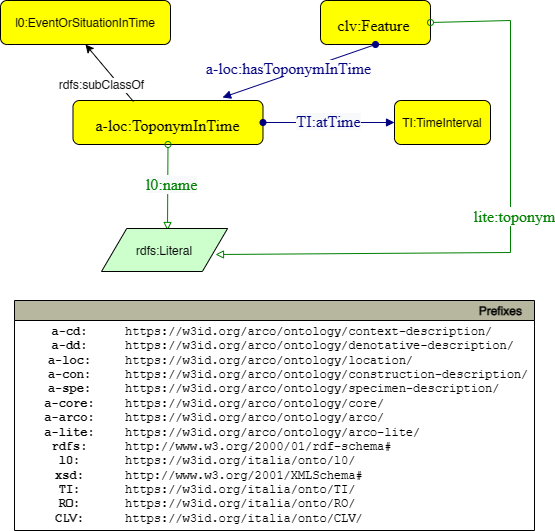
The draw.io diagram ArCo-release/test/2.0/ToponymInTime/ToponymInTime-Pattern.drawio.png in ICCD-MiBACT/ArCo, before a commit. Source tidied: cells renumbered, new cells last; positions are measured from the earlier drawing's top-left corner, leaving out a move shared by most shapes. The source it was exported from:
```xml
<mxGraphModel>
  <root>
    <mxCell id="0" />
    <mxCell id="1" parent="0" />
    <mxCell id="2" style="graphMlID=n4;shape=rect;rounded=1;arcsize=30;fillColor=#ffff00;strokeColor=#000000;strokeWidth=1.0;" parent="1" vertex="1">
      <mxGeometry x="320" width="110" height="44" as="geometry" />
    </mxCell>
    <mxCell id="3" value="clv:Feature" style="text;html=1;spacing=0;align=center;fontFamily=dialog;fontSize=16;fontStyle=0;fontColor=#000000;" parent="2" vertex="1">
      <mxGeometry x="22.7" y="10.6" width="60.2" height="22.8" as="geometry" />
    </mxCell>
    <mxCell id="4" style="graphMlID=n4;shape=rect;rounded=1;arcsize=30;fillColor=#ffff00;strokeColor=#000000;strokeWidth=1.0;" parent="1" vertex="1">
      <mxGeometry x="72.5" y="100" width="190" height="44" as="geometry" />
    </mxCell>
    <mxCell id="5" value="a-loc:ToponymInTime" style="text;html=1;spacing=0;align=center;fontFamily=dialog;fontSize=16;fontStyle=0;fontColor=#000000;" parent="4" vertex="1">
      <mxGeometry x="43" y="10.6" width="103.9" height="22.8" as="geometry" />
    </mxCell>
    <mxCell id="6" value="v" style="graphMlID=e0;rounded=0;endArrow=block;strokeColor=#000080;strokeWidth=1.0;startArrow=oval;startFill=1;endFill=1;exitX=0.5;exitY=1;exitDx=0;exitDy=0;entryX=0.787;entryY=-0.068;entryDx=0;entryDy=0;entryPerimeter=0;" parent="1" edge="1" source="2" target="4">
      <mxGeometry relative="1" as="geometry" />
    </mxCell>
    <mxCell id="7" value="&lt;span style=&quot;background-color: rgb(255 , 255 , 255)&quot;&gt;a-loc:hasToponymInTime&lt;/span&gt;" style="text;html=1;spacing=0;align=center;fontFamily=dialog;fontSize=16;fontStyle=0;fontColor=#000080;" parent="6" vertex="1">
      <mxGeometry width="80" height="22.84" relative="1" as="geometry">
        <mxPoint x="-50" y="-17" as="offset" />
      </mxGeometry>
    </mxCell>
    <mxCell id="8" value="TI:TimeInterval" style="graphMlID=n4;shape=rect;rounded=1;arcsize=30;fillColor=#ffff00;strokeColor=#000000;strokeWidth=1.0;" parent="1" vertex="1">
      <mxGeometry x="394" y="100" width="96" height="44" as="geometry" />
    </mxCell>
    <mxCell id="9" style="graphMlID=e0;rounded=0;endArrow=block;strokeColor=#000080;strokeWidth=1.0;startArrow=oval;startFill=1;endFill=1;exitX=1;exitY=0.5;exitDx=0;exitDy=0;entryX=0;entryY=0.5;entryDx=0;entryDy=0;" parent="1" edge="1" source="4" target="8">
      <mxGeometry relative="1" as="geometry" />
    </mxCell>
    <mxCell id="10" value="&lt;span style=&quot;color: rgb(0 , 0 , 128) ; font-family: &amp;quot;dialog&amp;quot; ; font-size: 16px ; background-color: rgb(248 , 249 , 250)&quot;&gt;TI:atTime&lt;/span&gt;" style="text;html=1;align=center;verticalAlign=middle;labelBackgroundColor=#ffffff;" parent="9" vertex="1">
      <mxGeometry x="-0.02" y="2" relative="1" as="geometry" />
    </mxCell>
    <mxCell id="11" style="graphMlID=e2;rounded=0;endArrow=block;strokeColor=#008000;strokeWidth=1.0;startArrow=oval;startFill=0;endFill=0;exitX=0.5;exitY=1;exitDx=0;exitDy=0;" parent="1" edge="1" source="4">
      <mxGeometry relative="1" as="geometry">
        <mxPoint x="167" y="230" as="targetPoint" />
      </mxGeometry>
    </mxCell>
    <mxCell id="12" value="&lt;span style=&quot;color: rgb(0 , 128 , 0) ; font-family: &amp;quot;dialog&amp;quot; ; font-size: 16px ; background-color: rgb(248 , 249 , 250)&quot;&gt;l0:name&lt;/span&gt;" style="text;html=1;align=center;verticalAlign=middle;labelBackgroundColor=#ffffff;" parent="11" vertex="1">
      <mxGeometry x="-0.09" y="3" relative="1" as="geometry" />
    </mxCell>
    <mxCell id="13" value="rdfs:Literal" style="graphMlID=n6;shape=parallelogram;fillColor=#ccffcc;strokeColor=#000000;strokeWidth=1.0;" parent="1" vertex="1">
      <mxGeometry x="101" y="228" width="126.1" height="43" as="geometry" />
    </mxCell>
    <mxCell id="14" style="endArrow=classic;html=1;textDirection=ltr;rounded=0;exitX=0.318;exitY=0.023;exitDx=0;exitDy=0;entryX=0.5;entryY=1;entryDx=0;entryDy=0;exitPerimeter=0;" parent="1" edge="1" source="4" target="16">
      <mxGeometry relative="1" as="geometry" />
    </mxCell>
    <mxCell id="15" value="rdfs:subClassOf" style="text;html=1;align=center;verticalAlign=middle;labelBackgroundColor=#ffffff;rotation=0;" parent="14" vertex="1">
      <mxGeometry x="-0.22" relative="1" as="geometry">
        <mxPoint x="-14" y="6" as="offset" />
      </mxGeometry>
    </mxCell>
    <mxCell id="16" value="l0:EventOrSituationInTime" style="graphMlID=n4;shape=rect;rounded=1;arcsize=30;fillColor=#ffff00;strokeColor=#000000;strokeWidth=1.0;" parent="1" vertex="1">
      <mxGeometry width="170" height="44" as="geometry" />
    </mxCell>
    <mxCell id="17" value="&lt;div&gt;Modello:&lt;/div&gt;&lt;div&gt;non è stato riusato cis:NameInTime perchè cis va rivisto&lt;/div&gt;&lt;div&gt;- no modfiche rispetto 1.2&lt;/div&gt;&lt;div&gt;- aggiunto lite:toponym&lt;/div&gt;&lt;div&gt;&lt;br&gt;&lt;/div&gt;&lt;div&gt;Dati:&lt;/div&gt;&lt;div&gt;xslt modifica dei toponym per MODI e SCAN prima collegati ad Address ora a Feature&lt;/div&gt;&lt;div&gt;&lt;br&gt;&lt;/div&gt;" style="text;html=1;strokeColor=none;fillColor=none;align=center;verticalAlign=middle;whiteSpace=wrap;rounded=0;fontColor=#FF0000;" parent="1" vertex="1">
      <mxGeometry x="60" y="340" width="330" height="30" as="geometry" />
    </mxCell>
    <mxCell id="18" style="graphMlID=e2;rounded=0;endArrow=block;strokeColor=#008000;strokeWidth=1.0;startArrow=oval;startFill=0;endFill=0;exitX=1;exitY=0.5;exitDx=0;exitDy=0;entryX=0.904;entryY=0.605;entryDx=0;entryDy=0;entryPerimeter=0;" parent="1" edge="1" source="2" target="13">
      <mxGeometry relative="1" as="geometry">
        <Array as="points">
          <mxPoint x="510" y="20" />
          <mxPoint x="510" y="252" />
        </Array>
      </mxGeometry>
    </mxCell>
    <mxCell id="19" value="&lt;span style=&quot;color: rgb(0, 128, 0); font-family: dialog; font-size: 16px;&quot;&gt;&lt;span style=&quot;background-color: rgb(255, 153, 153);&quot;&gt;lite:toponym&lt;/span&gt;&lt;br&gt;&lt;/span&gt;" style="text;html=1;align=center;verticalAlign=middle;labelBackgroundColor=#ffffff;" parent="18" vertex="1">
      <mxGeometry x="-0.09" y="3" relative="1" as="geometry" />
    </mxCell>
  </root>
</mxGraphModel>
```
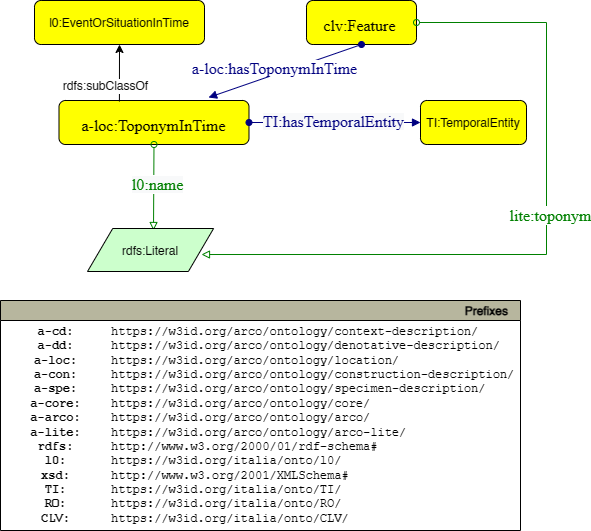
After the change.

Change to the diagram source:
```diff
@@ -22,14 +22,16 @@
         <mxPoint x="-50" y="-17" as="offset" />
       </mxGeometry>
     </mxCell>
-    <mxCell id="8" value="TI:TimeInterval" style="graphMlID=n4;shape=rect;rounded=1;arcsize=30;fillColor=#ffff00;strokeColor=#000000;strokeWidth=1.0;" parent="1" vertex="1">
-      <mxGeometry x="394" y="100" width="96" height="44" as="geometry" />
+    <mxCell id="8" value="TI:TemporalEntity" style="graphMlID=n4;shape=rect;rounded=1;arcsize=30;fillColor=#ffff00;strokeColor=#000000;strokeWidth=1.0;" parent="1" vertex="1">
+      <mxGeometry x="434" y="100" width="96" height="44" as="geometry" />
     </mxCell>
     <mxCell id="9" style="graphMlID=e0;rounded=0;endArrow=block;strokeColor=#000080;strokeWidth=1.0;startArrow=oval;startFill=1;endFill=1;exitX=1;exitY=0.5;exitDx=0;exitDy=0;entryX=0;entryY=0.5;entryDx=0;entryDy=0;" parent="1" edge="1" source="4" target="8">
       <mxGeometry relative="1" as="geometry" />
     </mxCell>
-    <mxCell id="10" value="&lt;span style=&quot;color: rgb(0 , 0 , 128) ; font-family: &amp;quot;dialog&amp;quot; ; font-size: 16px ; background-color: rgb(248 , 249 , 250)&quot;&gt;TI:atTime&lt;/span&gt;" style="text;html=1;align=center;verticalAlign=middle;labelBackgroundColor=#ffffff;" parent="9" vertex="1">
-      <mxGeometry x="-0.02" y="2" relative="1" as="geometry" />
+    <mxCell id="10" value="&lt;span style=&quot;color: rgb(0 , 0 , 128) ; font-family: &amp;quot;dialog&amp;quot; ; font-size: 16px ; background-color: rgb(248 , 249 , 250)&quot;&gt;TI:hasTemporalEntity&lt;/span&gt;" style="text;html=1;align=center;verticalAlign=middle;labelBackgroundColor=#ffffff;" parent="9" vertex="1">
+      <mxGeometry x="-0.02" y="2" relative="1" as="geometry">
+        <mxPoint x="-1" as="offset" />
+      </mxGeometry>
     </mxCell>
     <mxCell id="11" style="graphMlID=e2;rounded=0;endArrow=block;strokeColor=#008000;strokeWidth=1.0;startArrow=oval;startFill=0;endFill=0;exitX=0.5;exitY=1;exitDx=0;exitDy=0;" parent="1" edge="1" source="4">
       <mxGeometry relative="1" as="geometry">
@@ -51,7 +53,7 @@
       </mxGeometry>
     </mxCell>
     <mxCell id="16" value="l0:EventOrSituationInTime" style="graphMlID=n4;shape=rect;rounded=1;arcsize=30;fillColor=#ffff00;strokeColor=#000000;strokeWidth=1.0;" parent="1" vertex="1">
-      <mxGeometry width="170" height="44" as="geometry" />
+      <mxGeometry x="47" width="170" height="44" as="geometry" />
     </mxCell>
     <mxCell id="17" value="&lt;div&gt;Modello:&lt;/div&gt;&lt;div&gt;non è stato riusato cis:NameInTime perchè cis va rivisto&lt;/div&gt;&lt;div&gt;- no modfiche rispetto 1.2&lt;/div&gt;&lt;div&gt;- aggiunto lite:toponym&lt;/div&gt;&lt;div&gt;&lt;br&gt;&lt;/div&gt;&lt;div&gt;Dati:&lt;/div&gt;&lt;div&gt;xslt modifica dei toponym per MODI e SCAN prima collegati ad Address ora a Feature&lt;/div&gt;&lt;div&gt;&lt;br&gt;&lt;/div&gt;" style="text;html=1;strokeColor=none;fillColor=none;align=center;verticalAlign=middle;whiteSpace=wrap;rounded=0;fontColor=#FF0000;" parent="1" vertex="1">
       <mxGeometry x="60" y="340" width="330" height="30" as="geometry" />
@@ -59,8 +61,8 @@
     <mxCell id="18" style="graphMlID=e2;rounded=0;endArrow=block;strokeColor=#008000;strokeWidth=1.0;startArrow=oval;startFill=0;endFill=0;exitX=1;exitY=0.5;exitDx=0;exitDy=0;entryX=0.904;entryY=0.605;entryDx=0;entryDy=0;entryPerimeter=0;" parent="1" edge="1" source="2" target="13">
       <mxGeometry relative="1" as="geometry">
         <Array as="points">
-          <mxPoint x="510" y="20" />
-          <mxPoint x="510" y="252" />
+          <mxPoint x="560" y="22" />
+          <mxPoint x="560" y="254" />
         </Array>
       </mxGeometry>
     </mxCell>
```
